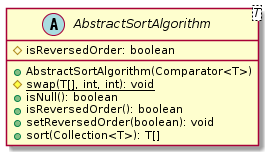
Above: malokhvii-eduard/malokhvii05/doc/plantuml/png/ua.khpi.oop.malokhvii05.common.algorithms.sort.AbstractSortAlgorithm.png in P-Kalin/kit26a (PlantUML), before the change. Source of this version:
```plantuml
@startuml

    abstract class AbstractSortAlgorithm<T> {
        #isReversedOrder: boolean
        +AbstractSortAlgorithm(Comparator<T>)
        {static} #swap(T[], int, int): void
        +isNull(): boolean
        +isReversedOrder(): boolean
        +setReversedOrder(boolean): void
        +sort(Collection<T>): T[]
    }

@enduml
```
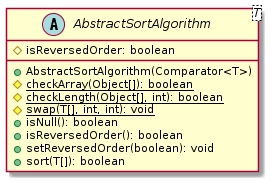
The same file after the commit.

The edit, as a diff of the source:
```diff
@@ -3,11 +3,13 @@
     abstract class AbstractSortAlgorithm<T> {
         #isReversedOrder: boolean
         +AbstractSortAlgorithm(Comparator<T>)
+        {static} #checkArray(Object[]): boolean
+        {static} #checkLength(Object[], int): boolean
         {static} #swap(T[], int, int): void
         +isNull(): boolean
         +isReversedOrder(): boolean
         +setReversedOrder(boolean): void
-        +sort(Collection<T>): T[]
+        +sort(T[]): boolean
     }
 
 @enduml
```
